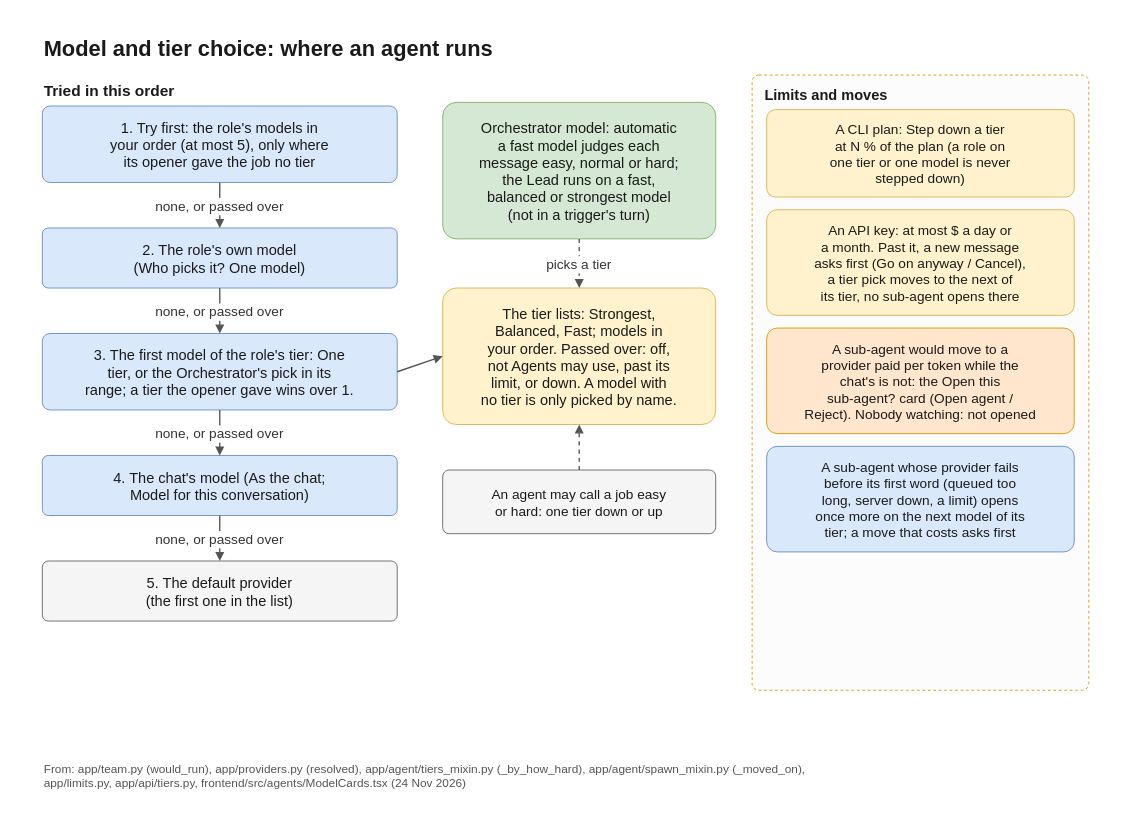
This is docs/diagrams/models.drawio from flyingriverhorse/Koloni, a draw.io file, before an edit. Source tidied: cells renumbered, new cells numbered last; positions are measured from the earlier drawing's top-left corner, leaving out a move shared by most shapes. Both pictures are drawn from the tidied source at 91%, with x=0, y=0 at pixel (15, 15).
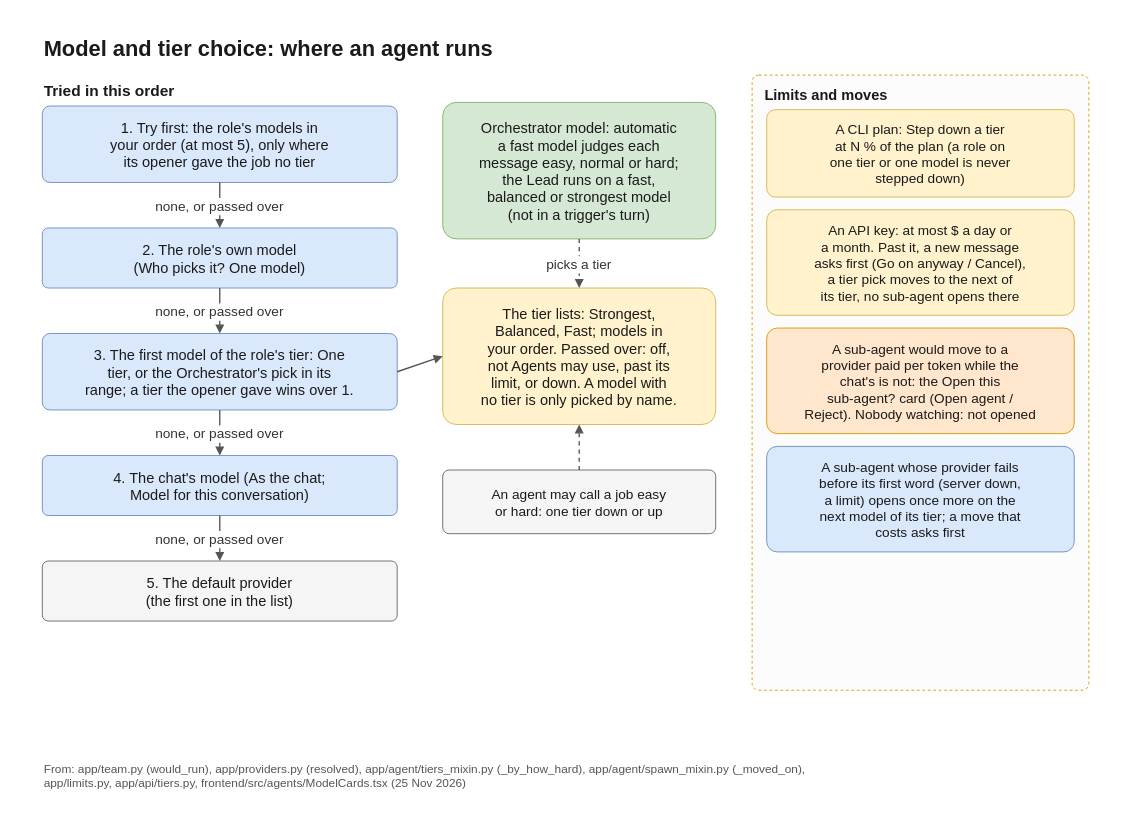
After the change.

Diff of the diagram source:
```diff
@@
-    <mxCell id="24" value="A sub-agent whose provider fails&#10;before its first word (queued too&#10;long, server down, a limit) opens&#10;once more on the next model of its&#10;tier; a move that costs asks first" style="rounded=1;arcSize=10;fillColor=#dae8fc;strokeColor=#6c8ebf;fontFamily=Helvetica;fontColor=#1a1a1a;fontSize=15;spacing=6;" parent="1" vertex="1">
+    <mxCell id="24" value="A sub-agent whose provider fails&#10;before its first word (server down,&#10;a limit) opens once more on the&#10;next model of its tier; a move that&#10;costs asks first" style="rounded=1;arcSize=10;fillColor=#dae8fc;strokeColor=#6c8ebf;fontFamily=Helvetica;fontColor=#1a1a1a;fontSize=15;spacing=6;" parent="1" vertex="1">
       <mxGeometry x="826" y="474" width="338" height="116" as="geometry" />
     </mxCell>
-    <mxCell id="25" value="From: app/team.py (would_run), app/providers.py (resolved), app/agent/tiers_mixin.py (_by_how_hard), app/agent/spawn_mixin.py (_moved_on),&#10;app/limits.py, app/api/tiers.py, frontend/src/agents/ModelCards.tsx (24 Nov 2026)" style="text;strokeColor=none;fillColor=none;fontFamily=Helvetica;fontColor=#555555;fontSize=13;align=left;verticalAlign=top;" parent="1" vertex="1">
+    <mxCell id="25" value="From: app/team.py (would_run), app/providers.py (resolved), app/agent/tiers_mixin.py (_by_how_hard), app/agent/spawn_mixin.py (_moved_on),&#10;app/limits.py, app/api/tiers.py, frontend/src/agents/ModelCards.tsx (25 Nov 2026)" style="text;strokeColor=none;fillColor=none;fontFamily=Helvetica;fontColor=#555555;fontSize=13;align=left;verticalAlign=top;" parent="1" vertex="1">
       <mxGeometry x="30" y="814" width="1140" height="60" as="geometry" />
     </mxCell>
```
